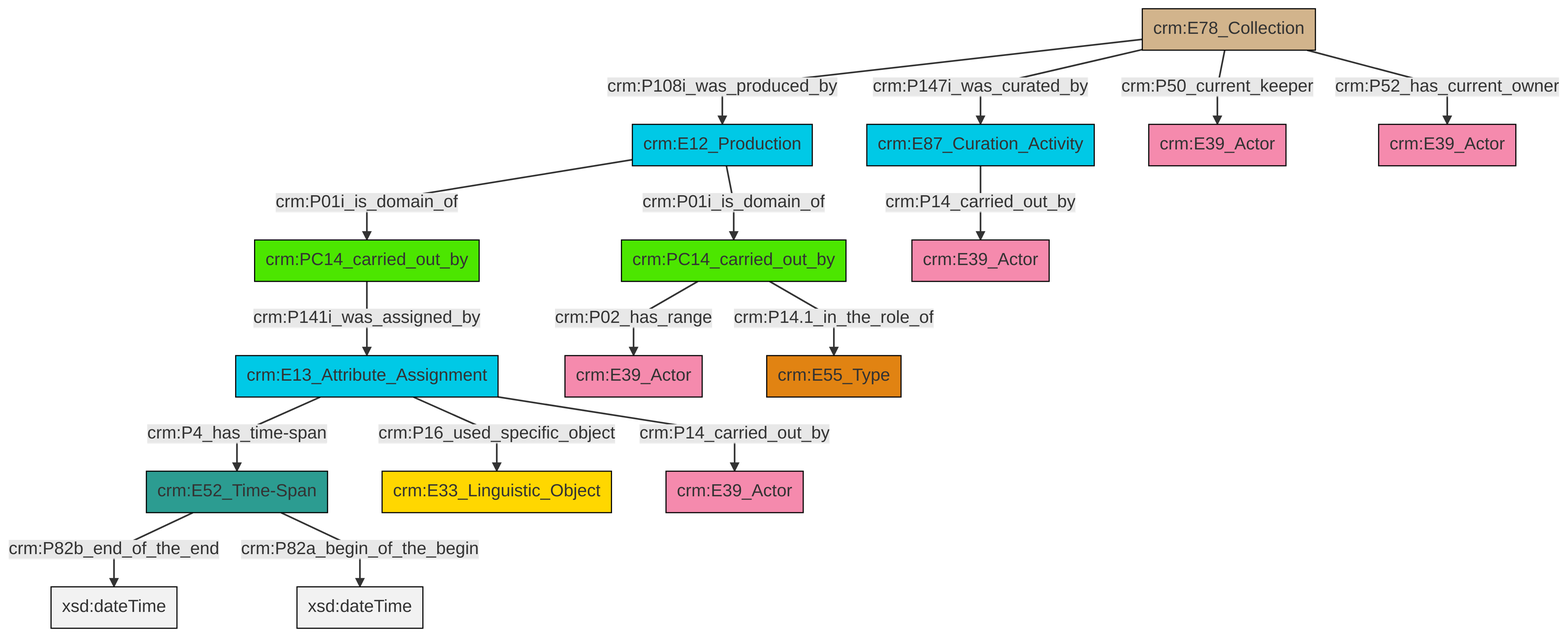
The Mermaid diagram et/archivalCSV/ttl/mmd/png/archival_relation.png in swiss-art-research-net/docs.swissartresearch, before a commit. Its source is kept beside it as et/archivalCSV/ttl/mmd/archival_relation.ttl.mmd.
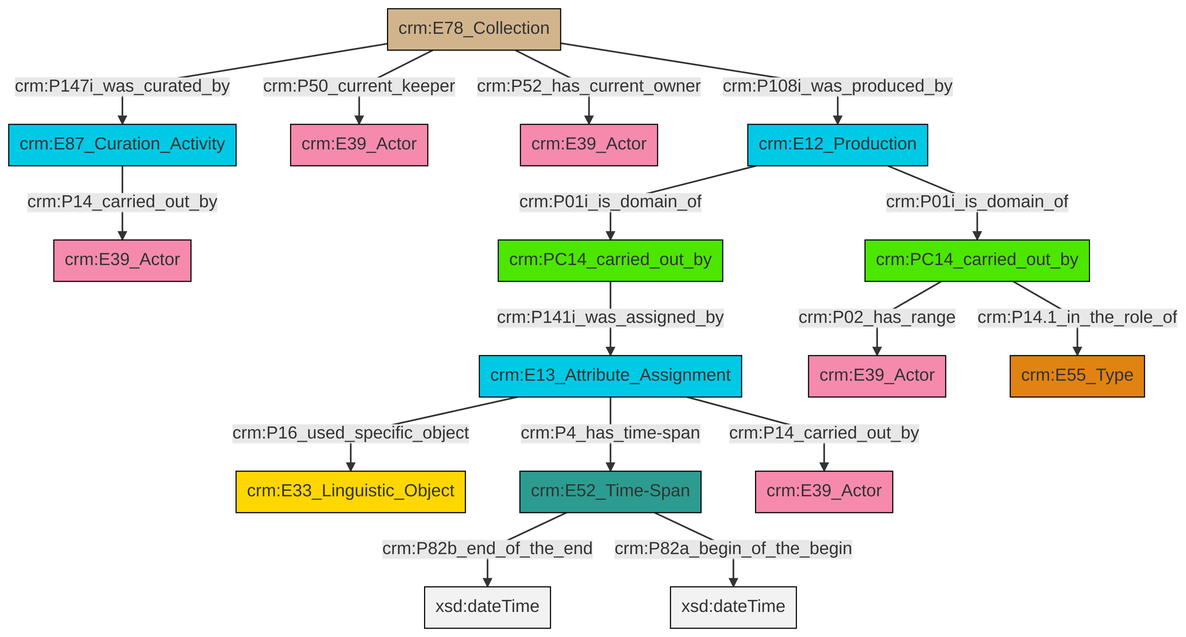
Above is the later version.

Diff of the diagram source:
```diff
@@ -13,18 +13,18 @@
 classDef PC_Classes fill:#4ce600, stroke:#000000;
 classDef Multi fill:#cccccc,stroke:#000000;
 
-0["crm:PC14_carried_out_by"]:::PC_Classes -->|crm:P141i_was_assigned_by| 1["crm:E13_Attribute_Assignment"]:::Temporal_Entity
-4["crm:PC14_carried_out_by"]:::PC_Classes -->|crm:P02_has_range| 5["crm:E39_Actor"]:::Actor
-6["crm:E12_Production"]:::Temporal_Entity -->|crm:P01i_is_domain_of| 0["crm:PC14_carried_out_by"]:::PC_Classes
-7["crm:E78_Collection"]:::Physical_Thing -->|crm:P147i_was_curated_by| 8["crm:E87_Curation_Activity"]:::Temporal_Entity
-1["crm:E13_Attribute_Assignment"]:::Temporal_Entity -->|crm:P16_used_specific_object| 9["crm:E33_Linguistic_Object"]:::Conceptual_Object
-7["crm:E78_Collection"]:::Physical_Thing -->|crm:P50_current_keeper| 11["crm:E39_Actor"]:::Actor
-4["crm:PC14_carried_out_by"]:::PC_Classes -->|crm:P14.1_in_the_role_of| 12["crm:E55_Type"]:::Type
-1["crm:E13_Attribute_Assignment"]:::Temporal_Entity -->|crm:P14_carried_out_by| 15["crm:E39_Actor"]:::Actor
-8["crm:E87_Curation_Activity"]:::Temporal_Entity -->|crm:P14_carried_out_by| 16["crm:E39_Actor"]:::Actor
-6["crm:E12_Production"]:::Temporal_Entity -->|crm:P01i_is_domain_of| 4["crm:PC14_carried_out_by"]:::PC_Classes
-1["crm:E13_Attribute_Assignment"]:::Temporal_Entity -->|crm:P4_has_time-span| 2["crm:E52_Time-Span"]:::Time-Span
-2["crm:E52_Time-Span"]:::Time-Span -->|crm:P82b_end_of_the_end| 22[xsd:dateTime]:::Literal
-7["crm:E78_Collection"]:::Physical_Thing -->|crm:P52_has_current_owner| 24["crm:E39_Actor"]:::Actor
-7["crm:E78_Collection"]:::Physical_Thing -->|crm:P108i_was_produced_by| 6["crm:E12_Production"]:::Temporal_Entity
-2["crm:E52_Time-Span"]:::Time-Span -->|crm:P82a_begin_of_the_begin| 28[xsd:dateTime]:::Literal
+2["crm:E13_Attribute_Assignment"]:::Temporal_Entity -->|crm:P16_used_specific_object| 3["crm:E33_Linguistic_Object"]:::Conceptual_Object
+4["crm:E87_Curation_Activity"]:::Temporal_Entity -->|crm:P14_carried_out_by| 5["crm:E39_Actor"]:::Actor
+0["crm:PC14_carried_out_by"]:::PC_Classes -->|crm:P02_has_range| 6["crm:E39_Actor"]:::Actor
+9["crm:E12_Production"]:::Temporal_Entity -->|crm:P01i_is_domain_of| 10["crm:PC14_carried_out_by"]:::PC_Classes
+13["crm:E78_Collection"]:::Physical_Thing -->|crm:P147i_was_curated_by| 4["crm:E87_Curation_Activity"]:::Temporal_Entity
+9["crm:E12_Production"]:::Temporal_Entity -->|crm:P01i_is_domain_of| 0["crm:PC14_carried_out_by"]:::PC_Classes
+10["crm:PC14_carried_out_by"]:::PC_Classes -->|crm:P141i_was_assigned_by| 2["crm:E13_Attribute_Assignment"]:::Temporal_Entity
+14["crm:E52_Time-Span"]:::Time-Span -->|crm:P82b_end_of_the_end| 18[xsd:dateTime]:::Literal
+13["crm:E78_Collection"]:::Physical_Thing -->|crm:P50_current_keeper| 23["crm:E39_Actor"]:::Actor
+13["crm:E78_Collection"]:::Physical_Thing -->|crm:P52_has_current_owner| 7["crm:E39_Actor"]:::Actor
+2["crm:E13_Attribute_Assignment"]:::Temporal_Entity -->|crm:P4_has_time-span| 14["crm:E52_Time-Span"]:::Time-Span
+0["crm:PC14_carried_out_by"]:::PC_Classes -->|crm:P14.1_in_the_role_of| 11["crm:E55_Type"]:::Type
+14["crm:E52_Time-Span"]:::Time-Span -->|crm:P82a_begin_of_the_begin| 26[xsd:dateTime]:::Literal
+2["crm:E13_Attribute_Assignment"]:::Temporal_Entity -->|crm:P14_carried_out_by| 27["crm:E39_Actor"]:::Actor
+13["crm:E78_Collection"]:::Physical_Thing -->|crm:P108i_was_produced_by| 9["crm:E12_Production"]:::Temporal_Entity
```
